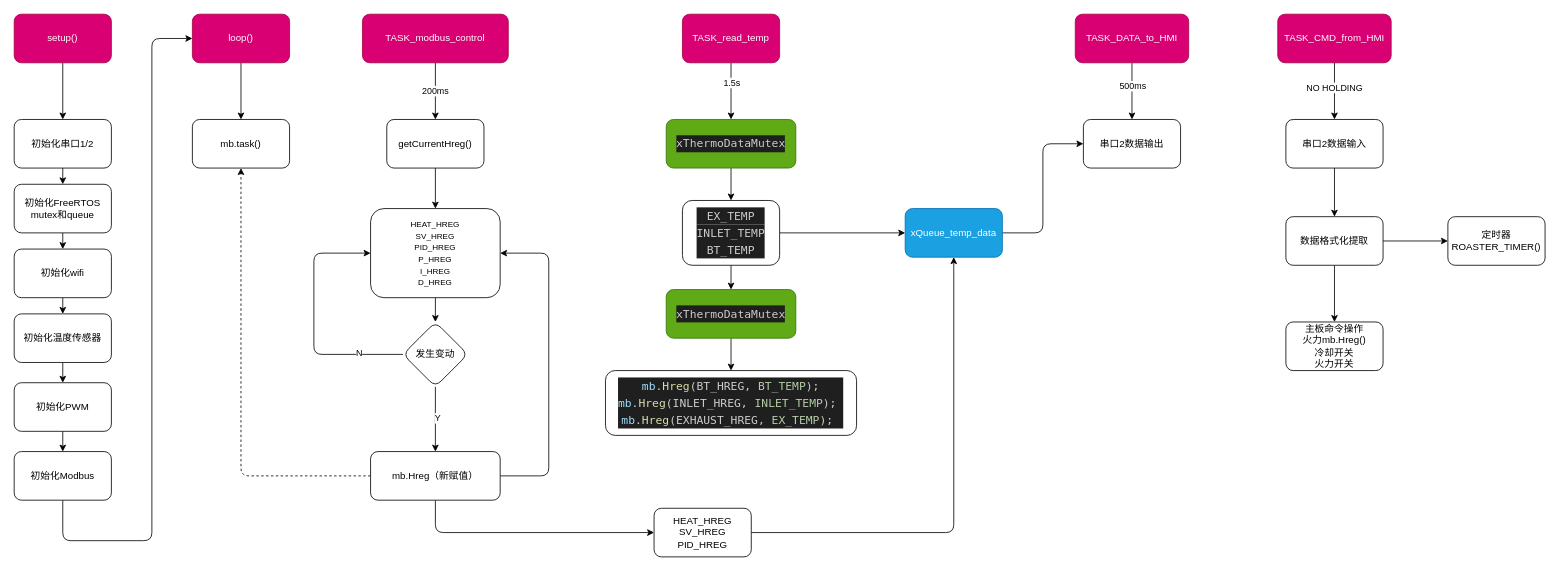
Earlier version of the draw.io diagram HB-controller/src/flow.drawio (sakunamary/HB-controller). Source tidied: cells renumbered, new cells numbered last; positions are measured from the earlier drawing's top-left corner, leaving out a move shared by most shapes. Both pictures are drawn from the tidied source at 81%, with x=0, y=0 at pixel (14, 14).
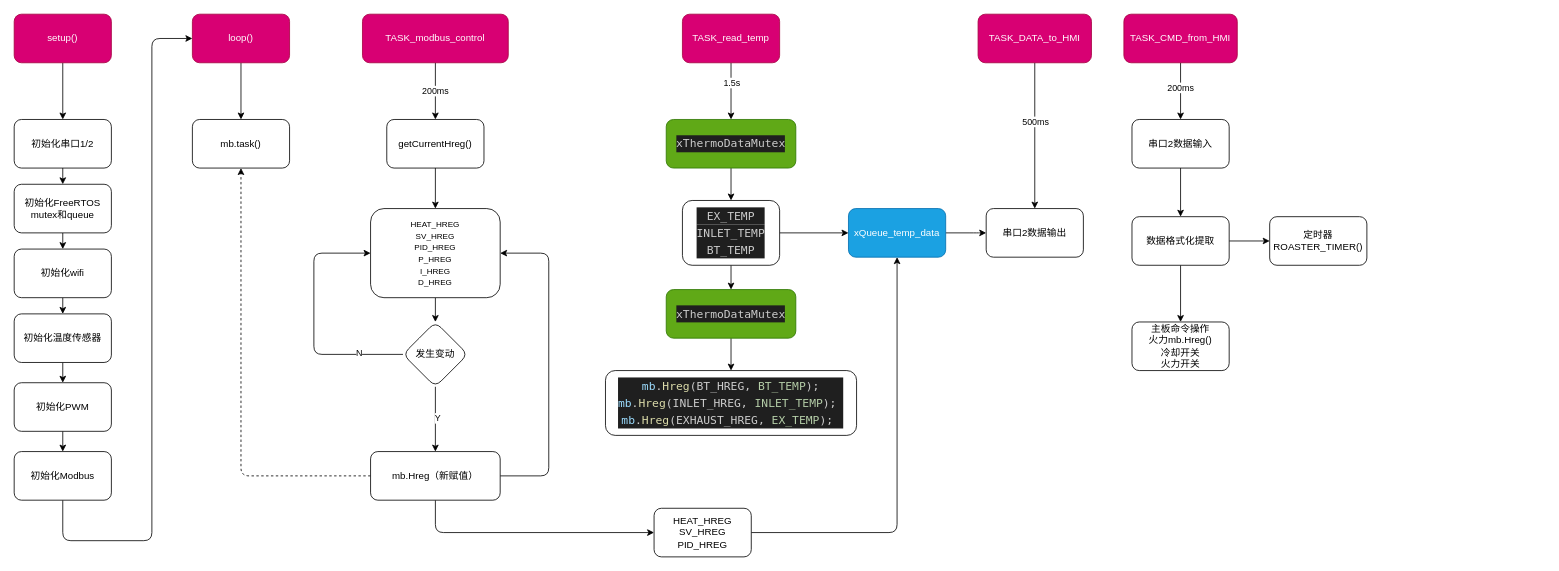
After the change.

The change refers to these unchanged cells:
```xml
<mxCell id="39" style="edgeStyle=none;html=1;" parent="1" edge="1" source="41" target="43">
  <mxGeometry relative="1" as="geometry" />
</mxCell>
<mxCell id="45" value="HEAT_HREG&lt;br&gt;SV_HREG&lt;br&gt;PID_HREG" style="rounded=1;whiteSpace=wrap;html=1;" parent="1" vertex="1">
  <mxGeometry x="790" y="610" width="120" height="60" as="geometry" />
</mxCell>
```

Change to the diagram source:
```diff
@@
     <mxCell id="24" value="TASK_DATA_to_HMI" style="rounded=1;whiteSpace=wrap;html=1;fillColor=#d80073;fontColor=#ffffff;strokeColor=#A50040;" parent="1" vertex="1">
-      <mxGeometry x="1310" width="140" height="60" as="geometry" />
+      <mxGeometry x="1190" width="140" height="60" as="geometry" />
     </mxCell>
@@
     <mxCell id="34" style="edgeStyle=none;html=1;exitX=1;exitY=0.5;exitDx=0;exitDy=0;entryX=0;entryY=0.5;entryDx=0;entryDy=0;" parent="1" edge="1" source="35" target="38">
       <mxGeometry relative="1" as="geometry">
         <Array as="points">
-          <mxPoint x="1270" y="270" />
-          <mxPoint x="1270" y="160" />
+          <mxPoint x="1190" y="270" />
         </Array>
       </mxGeometry>
     </mxCell>
     <mxCell id="35" value="xQueue_temp_data" style="whiteSpace=wrap;html=1;rounded=1;fillColor=#1ba1e2;fontColor=#ffffff;strokeColor=#006EAF;" parent="1" vertex="1">
-      <mxGeometry x="1100" y="240" width="120" height="60" as="geometry" />
+      <mxGeometry x="1030" y="240" width="120" height="60" as="geometry" />
     </mxCell>
@@
     <mxCell id="38" value="串口2数据输出" style="whiteSpace=wrap;html=1;rounded=1;" parent="1" vertex="1">
-      <mxGeometry x="1320" y="130" width="120" height="60" as="geometry" />
+      <mxGeometry x="1200" y="240" width="120" height="60" as="geometry" />
     </mxCell>
@@
-    <mxCell id="40" value="NO HOLDING" style="edgeLabel;html=1;align=center;verticalAlign=middle;" parent="39" vertex="1">
+    <mxCell id="40" value="200ms" style="edgeLabel;html=1;align=center;verticalAlign=middle;" parent="39" vertex="1">
       <mxGeometry x="-0.15" y="-1" relative="1" as="geometry" />
     </mxCell>
     <mxCell id="41" value="TASK_CMD_from_HMI" style="rounded=1;whiteSpace=wrap;html=1;fillColor=#d80073;fontColor=#ffffff;strokeColor=#A50040;" parent="1" vertex="1">
-      <mxGeometry x="1560" width="140" height="60" as="geometry" />
+      <mxGeometry x="1370" width="140" height="60" as="geometry" />
     </mxCell>
@@
     <mxCell id="43" value="串口2数据输入" style="whiteSpace=wrap;html=1;rounded=1;" parent="1" vertex="1">
-      <mxGeometry x="1570" y="130" width="120" height="60" as="geometry" />
+      <mxGeometry x="1380" y="130" width="120" height="60" as="geometry" />
     </mxCell>
     <mxCell id="44" style="edgeStyle=none;html=1;exitX=1;exitY=0.5;exitDx=0;exitDy=0;entryX=0.5;entryY=1;entryDx=0;entryDy=0;" parent="1" edge="1" source="45" target="35">
       <mxGeometry relative="1" as="geometry">
         <Array as="points">
-          <mxPoint x="1160" y="640" />
+          <mxPoint x="1090" y="640" />
         </Array>
       </mxGeometry>
     </mxCell>
@@
     <mxCell id="60" value="数据格式化提取" style="whiteSpace=wrap;html=1;rounded=1;" parent="1" vertex="1">
-      <mxGeometry x="1570" y="250" width="120" height="60" as="geometry" />
+      <mxGeometry x="1380" y="250" width="120" height="60" as="geometry" />
     </mxCell>
     <mxCell id="61" value="主板命令操作&lt;br&gt;火力mb.Hreg()&lt;br&gt;冷却开关&lt;br&gt;火力开关" style="whiteSpace=wrap;html=1;rounded=1;" parent="1" vertex="1">
-      <mxGeometry x="1570" y="380" width="120" height="60" as="geometry" />
+      <mxGeometry x="1380" y="380" width="120" height="60" as="geometry" />
     </mxCell>
     <mxCell id="62" value="定时器ROASTER_TIMER()" style="whiteSpace=wrap;html=1;rounded=1;" parent="1" vertex="1">
-      <mxGeometry x="1770" y="250" width="120" height="60" as="geometry" />
+      <mxGeometry x="1550" y="250" width="120" height="60" as="geometry" />
     </mxCell>
```
